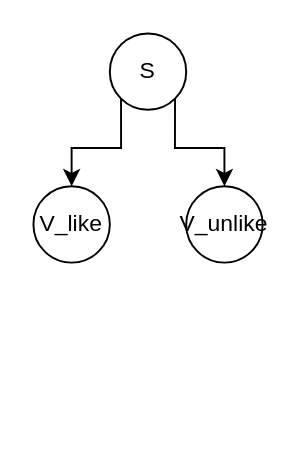
Before: IOFiles/ITFR/原始论文因果图.drawio in ChenLilStarie/DrawIoFiles, a draw.io diagram. Source tidied: cells renumbered, new cells numbered last; positions are measured from the earlier drawing's top-left corner, leaving out a move shared by most shapes. Both pictures are drawn from the tidied source at 191%, with x=0, y=0 at pixel (32, 32).
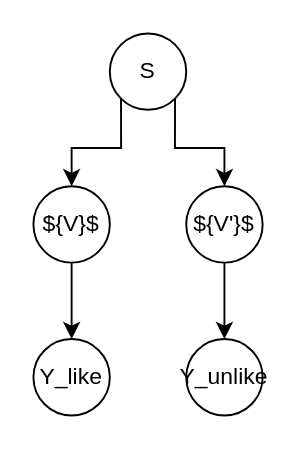
The same diagram, later.

Commit message (it also covers changes not shown here):
更新原始论文因果图.drawio

What changed in the source:
```diff
@@
 <mxGraphModel>
   <root>
     <mxCell id="0" />
     <mxCell id="1" parent="0" />
     <mxCell id="2" style="edgeStyle=orthogonalEdgeStyle;rounded=0;jettySize=auto;html=1;exitX=0;exitY=1;exitDx=0;exitDy=0;entryX=0.5;entryY=0;entryDx=0;entryDy=0;" parent="1" edge="1" source="4" target="5">
       <mxGeometry relative="1" as="geometry" />
     </mxCell>
     <mxCell id="3" style="edgeStyle=orthogonalEdgeStyle;rounded=0;jettySize=auto;html=1;exitX=1;exitY=1;exitDx=0;exitDy=0;" parent="1" edge="1" source="4" target="6">
       <mxGeometry relative="1" as="geometry" />
     </mxCell>
     <mxCell id="4" value="S" style="ellipse;whiteSpace=wrap;html=1;" parent="1" vertex="1">
       <mxGeometry x="40" width="40" height="40" as="geometry" />
     </mxCell>
+    <mxCell id="7" style="edgeStyle=orthogonalEdgeStyle;rounded=0;jettySize=auto;html=1;exitX=0.5;exitY=1;exitDx=0;exitDy=0;entryX=0.5;entryY=0;entryDx=0;entryDy=0;" parent="1" edge="1" source="5" target="9">
+      <mxGeometry relative="1" as="geometry" />
+    </mxCell>
-    <mxCell id="5" value="V_like" style="ellipse;whiteSpace=wrap;html=1;" parent="1" vertex="1">
+    <mxCell id="5" value="${V}$" style="ellipse;whiteSpace=wrap;html=1;" parent="1" vertex="1">
       <mxGeometry y="80" width="40" height="40" as="geometry" />
     </mxCell>
+    <mxCell id="8" style="edgeStyle=orthogonalEdgeStyle;rounded=0;jettySize=auto;html=1;exitX=0.5;exitY=1;exitDx=0;exitDy=0;entryX=0.5;entryY=0;entryDx=0;entryDy=0;" parent="1" edge="1" source="6" target="10">
+      <mxGeometry relative="1" as="geometry" />
+    </mxCell>
-    <mxCell id="6" value="V_unlike" style="ellipse;whiteSpace=wrap;html=1;" parent="1" vertex="1">
+    <mxCell id="6" value="${V'}$" style="ellipse;whiteSpace=wrap;html=1;" parent="1" vertex="1">
       <mxGeometry x="80" y="80" width="40" height="40" as="geometry" />
     </mxCell>
+    <mxCell id="9" value="Y_like" style="ellipse;whiteSpace=wrap;html=1;" parent="1" vertex="1">
+      <mxGeometry y="160" width="40" height="40" as="geometry" />
+    </mxCell>
+    <mxCell id="10" value="Y_unlike" style="ellipse;whiteSpace=wrap;html=1;" parent="1" vertex="1">
+      <mxGeometry x="80" y="160" width="40" height="40" as="geometry" />
+    </mxCell>
   </root>
 </mxGraphModel>
```
